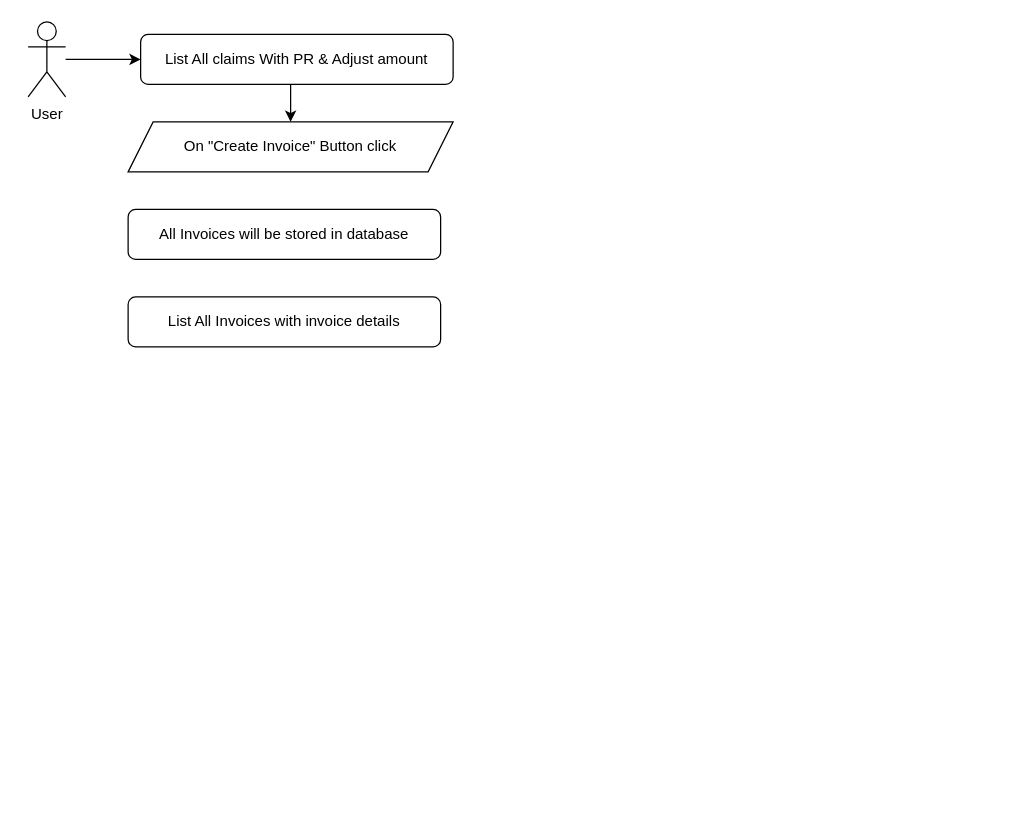
Earlier version of the draw.io diagram hello/Untitled Diagram.drawio (savanosplabs/pdf). Source tidied: cells renumbered, new cells numbered last; positions are measured from the earlier drawing's top-left corner, leaving out a move shared by most shapes. Both pictures are drawn from the tidied source at 125%, with x=0, y=0 at pixel (28, 21).
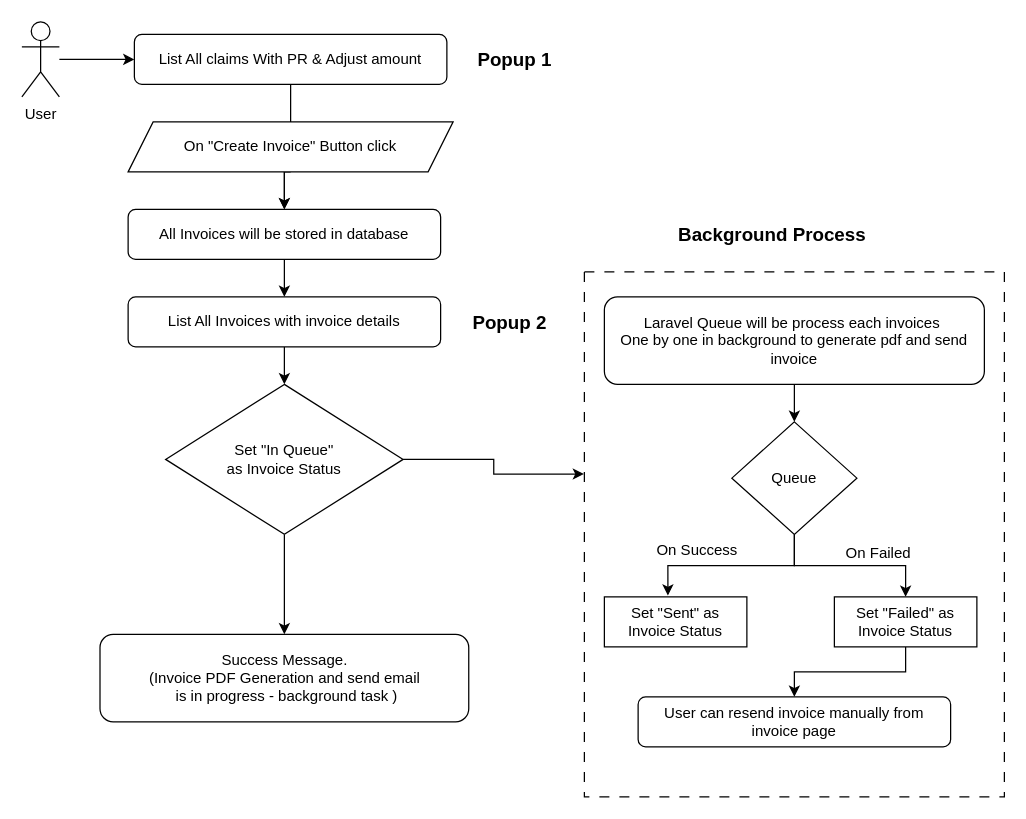
The same page after the edit.

The change refers to these unchanged cells:
```xml
<mxCell id="6" value="On &quot;Create Invoice&quot; Button click" style="shape=parallelogram;perimeter=parallelogramPerimeter;whiteSpace=wrap;html=1;fixedSize=1;" parent="1" vertex="1">
  <mxGeometry x="80" y="80" width="260" height="40" as="geometry" />
</mxCell>
<mxCell id="7" value="All Invoices will be stored in database" style="rounded=1;whiteSpace=wrap;html=1;fontSize=12;glass=0;strokeWidth=1;shadow=0;" parent="1" vertex="1">
  <mxGeometry x="80" y="150" width="250" height="40" as="geometry" />
</mxCell>
<mxCell id="8" value="List All Invoices with invoice details" style="rounded=1;whiteSpace=wrap;html=1;fontSize=12;glass=0;strokeWidth=1;shadow=0;" parent="1" vertex="1">
  <mxGeometry x="80" y="220" width="250" height="40" as="geometry" />
</mxCell>
```

The edit, as a diff of the source:
```diff
@@
-    <mxCell id="2" style="edgeStyle=orthogonalEdgeStyle;rounded=0;jettySize=auto;html=1;exitX=0.5;exitY=1;exitDx=0;exitDy=0;entryX=0.5;entryY=0;entryDx=0;entryDy=0;" parent="1" edge="1" source="3" target="6">
-      <mxGeometry relative="1" as="geometry" />
-    </mxCell>
+    <mxCell id="9" style="edgeStyle=orthogonalEdgeStyle;rounded=0;jettySize=auto;html=1;" parent="1" edge="1" source="3" target="7">
+      <mxGeometry relative="1" as="geometry" />
+    </mxCell>
     <mxCell id="3" value="List All claims With PR &amp;amp; Adjust amount" style="rounded=1;whiteSpace=wrap;html=1;fontSize=12;glass=0;strokeWidth=1;shadow=0;" parent="1" vertex="1">
-      <mxGeometry x="90" y="10" width="250" height="40" as="geometry" />
+      <mxGeometry x="85" y="10" width="250" height="40" as="geometry" />
     </mxCell>
@@
     <mxCell id="5" value="User" style="shape=umlActor;verticalLabelPosition=bottom;verticalAlign=top;html=1;outlineConnect=0;" parent="1" vertex="1">
-      <mxGeometry width="30" height="60" as="geometry" />
+      <mxGeometry x="-5" width="30" height="60" as="geometry" />
     </mxCell>
+    <mxCell id="10" style="edgeStyle=orthogonalEdgeStyle;rounded=0;jettySize=auto;html=1;exitX=0.5;exitY=1;exitDx=0;exitDy=0;entryX=0.5;entryY=0;entryDx=0;entryDy=0;" parent="1" edge="1" source="6" target="7">
+      <mxGeometry relative="1" as="geometry" />
+    </mxCell>
@@
+    <mxCell id="11" style="edgeStyle=orthogonalEdgeStyle;rounded=0;jettySize=auto;html=1;" parent="1" edge="1" source="7" target="8">
+      <mxGeometry relative="1" as="geometry" />
+    </mxCell>
@@
+    <mxCell id="12" style="edgeStyle=orthogonalEdgeStyle;rounded=0;jettySize=auto;html=1;exitX=0.5;exitY=1;exitDx=0;exitDy=0;entryX=0.5;entryY=0;entryDx=0;entryDy=0;" parent="1" edge="1" source="8" target="16">
+      <mxGeometry relative="1" as="geometry" />
+    </mxCell>
@@
+    <mxCell id="13" value="Popup 1" style="text;strokeColor=none;fillColor=none;html=1;fontSize=15;fontStyle=1;verticalAlign=middle;align=center;" parent="1" vertex="1">
+      <mxGeometry x="339" y="10" width="100" height="40" as="geometry" />
+    </mxCell>
+    <mxCell id="14" value="Popup 2" style="text;strokeColor=none;fillColor=none;html=1;fontSize=15;fontStyle=1;verticalAlign=middle;align=center;" parent="1" vertex="1">
+      <mxGeometry x="335" y="220" width="100" height="40" as="geometry" />
+    </mxCell>
+    <mxCell id="15" style="edgeStyle=orthogonalEdgeStyle;rounded=0;jettySize=auto;html=1;exitX=0.5;exitY=1;exitDx=0;exitDy=0;" parent="1" edge="1" source="16">
+      <mxGeometry relative="1" as="geometry">
+        <mxPoint x="205" y="490" as="targetPoint" />
+      </mxGeometry>
+    </mxCell>
+    <mxCell id="16" value="Set &quot;In Queue&quot; &lt;br&gt;as Invoice Status" style="rhombus;whiteSpace=wrap;html=1;" parent="1" vertex="1">
+      <mxGeometry x="110" y="290" width="190" height="120" as="geometry" />
+    </mxCell>
+    <mxCell id="17" value="Success Message.&lt;br&gt;(Invoice PDF Generation and send email&lt;br&gt;&amp;nbsp;is in progress - background task )" style="rounded=1;whiteSpace=wrap;html=1;fontSize=12;glass=0;strokeWidth=1;shadow=0;" parent="1" vertex="1">
+      <mxGeometry x="57.5" y="490" width="295" height="70" as="geometry" />
+    </mxCell>
+    <mxCell id="18" style="swimlane;startSize=0;fillStyle=dots;gradientColor=default;fillColor=none;dashed=1;dashPattern=8 8;" parent="1" vertex="1">
+      <mxGeometry x="445" y="200" width="336" height="420" as="geometry" />
+    </mxCell>
+    <mxCell id="19" style="edgeStyle=orthogonalEdgeStyle;rounded=0;jettySize=auto;html=1;" parent="18" edge="1" source="20" target="22">
+      <mxGeometry relative="1" as="geometry" />
+    </mxCell>
+    <mxCell id="20" value="Laravel Queue will be process each invoices&amp;nbsp;&lt;br&gt;One by one in background to generate pdf and send invoice" style="rounded=1;whiteSpace=wrap;html=1;fontSize=12;glass=0;strokeWidth=1;shadow=0;" parent="18" vertex="1">
+      <mxGeometry x="16" y="20" width="304" height="70" as="geometry" />
+    </mxCell>
+    <mxCell id="21" style="edgeStyle=orthogonalEdgeStyle;rounded=0;jettySize=auto;html=1;entryX=0.5;entryY=0;entryDx=0;entryDy=0;" parent="18" edge="1" source="22" target="25">
+      <mxGeometry relative="1" as="geometry" />
+    </mxCell>
+    <mxCell id="22" value="Queue" style="rhombus;whiteSpace=wrap;html=1;" parent="18" vertex="1">
+      <mxGeometry x="118" y="120" width="100" height="90" as="geometry" />
+    </mxCell>
+    <mxCell id="23" value="Set &quot;Sent&quot; as &lt;br&gt;Invoice Status" style="rounded=0;whiteSpace=wrap;html=1;" parent="18" vertex="1">
+      <mxGeometry x="16" y="260" width="114" height="40" as="geometry" />
+    </mxCell>
+    <mxCell id="24" style="edgeStyle=orthogonalEdgeStyle;rounded=0;jettySize=auto;html=1;exitX=0.5;exitY=1;exitDx=0;exitDy=0;entryX=0.5;entryY=0;entryDx=0;entryDy=0;" parent="18" edge="1" source="25" target="28">
+      <mxGeometry relative="1" as="geometry" />
+    </mxCell>
+    <mxCell id="25" value="Set &quot;Failed&quot; as &lt;br&gt;Invoice Status" style="rounded=0;whiteSpace=wrap;html=1;" parent="18" vertex="1">
+      <mxGeometry x="200" y="260" width="114" height="40" as="geometry" />
+    </mxCell>
+    <mxCell id="26" style="edgeStyle=orthogonalEdgeStyle;rounded=0;jettySize=auto;html=1;entryX=0.446;entryY=-0.025;entryDx=0;entryDy=0;entryPerimeter=0;" parent="18" edge="1" source="22" target="23">
+      <mxGeometry relative="1" as="geometry" />
+    </mxCell>
+    <mxCell id="27" value="On Failed" style="text;html=1;align=center;verticalAlign=middle;strokeColor=none;fillColor=none;" parent="18" vertex="1">
+      <mxGeometry x="195" y="210" width="80" height="30" as="geometry" />
+    </mxCell>
+    <mxCell id="28" value="User can resend invoice manually from invoice page" style="rounded=1;whiteSpace=wrap;html=1;fontSize=12;glass=0;strokeWidth=1;shadow=0;" parent="18" vertex="1">
+      <mxGeometry x="43" y="340" width="250" height="40" as="geometry" />
+    </mxCell>
+    <mxCell id="29" value="Background Process" style="text;strokeColor=none;fillColor=none;html=1;fontSize=15;fontStyle=1;verticalAlign=middle;align=center;" parent="1" vertex="1">
+      <mxGeometry x="545" y="150" width="100" height="40" as="geometry" />
+    </mxCell>
+    <mxCell id="30" style="edgeStyle=orthogonalEdgeStyle;rounded=0;jettySize=auto;html=1;exitX=1;exitY=0.5;exitDx=0;exitDy=0;entryX=-0.001;entryY=0.385;entryDx=0;entryDy=0;entryPerimeter=0;" parent="1" edge="1" source="16" target="18">
+      <mxGeometry relative="1" as="geometry" />
+    </mxCell>
+    <mxCell id="31" value="On Success" style="text;html=1;align=center;verticalAlign=middle;strokeColor=none;fillColor=none;" parent="1" vertex="1">
+      <mxGeometry x="490" y="408" width="90" height="30" as="geometry" />
+    </mxCell>
```
